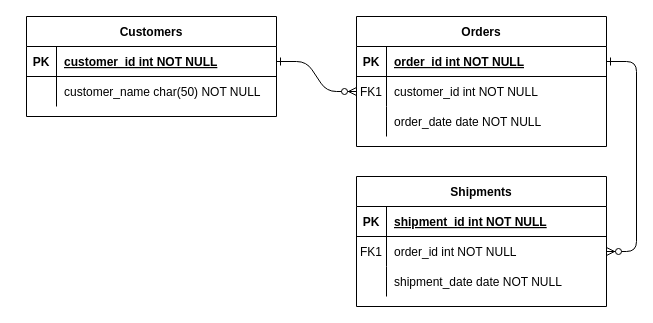
Before: VCUFlowchart.drawio in swpinkerton/UGR-ASSI-function-for-Vehicle-control-unit-with-tests, a draw.io diagram. Source tidied: cells renumbered, new cells numbered last; positions are measured from the earlier drawing's top-left corner, leaving out a move shared by most shapes. Both pictures are drawn from the tidied source at 100%, with x=0, y=0 at pixel (26, 16).
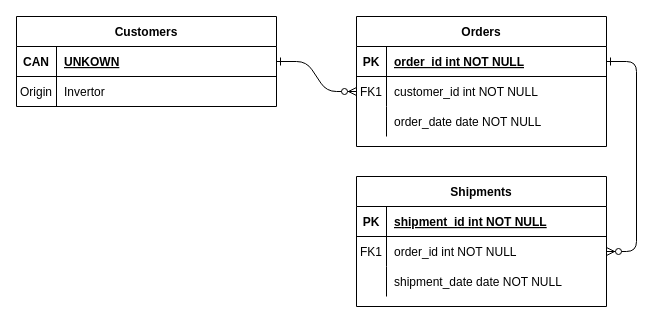
Above is the later version.

What changed in the source:
```diff
@@
     <mxCell id="24" value="Customers" style="shape=table;startSize=30;childLayout=tableLayout;rowLines=0;fontStyle=1;align=center;" parent="1" vertex="1">
-      <mxGeometry width="250" height="100" as="geometry" />
+      <mxGeometry x="-10" width="260" height="90" as="geometry" />
     </mxCell>
     <mxCell id="25" style="shape=partialRectangle;fillColor=none;points=[[0,0.5],[1,0.5]];portConstraint=eastwest;top=0;left=0;right=0;bottom=1;" parent="24" vertex="1">
-      <mxGeometry y="30" width="250" height="30" as="geometry" />
+      <mxGeometry y="30" width="260" height="30" as="geometry" />
     </mxCell>
-    <mxCell id="26" value="PK" style="shape=partialRectangle;overflow=hidden;fillColor=none;top=0;left=0;bottom=0;right=0;fontStyle=1;" parent="25" vertex="1">
-      <mxGeometry width="30" height="30" as="geometry" />
+    <mxCell id="26" value="CAN" style="shape=partialRectangle;overflow=hidden;fillColor=none;top=0;left=0;bottom=0;right=0;fontStyle=1;" parent="25" vertex="1">
+      <mxGeometry width="40" height="30" as="geometry" />
     </mxCell>
-    <mxCell id="27" value="customer_id int NOT NULL " style="shape=partialRectangle;overflow=hidden;fillColor=none;top=0;left=0;bottom=0;right=0;align=left;spacingLeft=6;fontStyle=5;" parent="25" vertex="1">
-      <mxGeometry x="30" width="220" height="30" as="geometry" />
+    <mxCell id="27" value="UNKOWN" style="shape=partialRectangle;overflow=hidden;fillColor=none;top=0;left=0;bottom=0;right=0;align=left;spacingLeft=6;fontStyle=5;" parent="25" vertex="1">
+      <mxGeometry x="40" width="220" height="30" as="geometry" />
     </mxCell>
     <mxCell id="28" style="shape=partialRectangle;fillColor=none;top=0;left=0;right=0;bottom=0;" parent="24" vertex="1">
-      <mxGeometry y="60" width="250" height="30" as="geometry" />
+      <mxGeometry y="60" width="260" height="30" as="geometry" />
     </mxCell>
-    <mxCell id="29" style="shape=partialRectangle;overflow=hidden;fillColor=none;top=0;left=0;bottom=0;right=0;" parent="28" vertex="1">
-      <mxGeometry width="30" height="30" as="geometry" />
+    <mxCell id="29" value="Origin" style="shape=partialRectangle;overflow=hidden;fillColor=none;top=0;left=0;bottom=0;right=0;" parent="28" vertex="1">
+      <mxGeometry width="40" height="30" as="geometry" />
     </mxCell>
-    <mxCell id="30" value="customer_name char(50) NOT NULL" style="shape=partialRectangle;overflow=hidden;fillColor=none;top=0;left=0;bottom=0;right=0;align=left;spacingLeft=6;" parent="28" vertex="1">
-      <mxGeometry x="30" width="220" height="30" as="geometry" />
+    <mxCell id="30" value="Invertor" style="shape=partialRectangle;overflow=hidden;fillColor=none;top=0;left=0;bottom=0;right=0;align=left;spacingLeft=6;" parent="28" vertex="1">
+      <mxGeometry x="40" width="220" height="30" as="geometry" />
     </mxCell>
```
